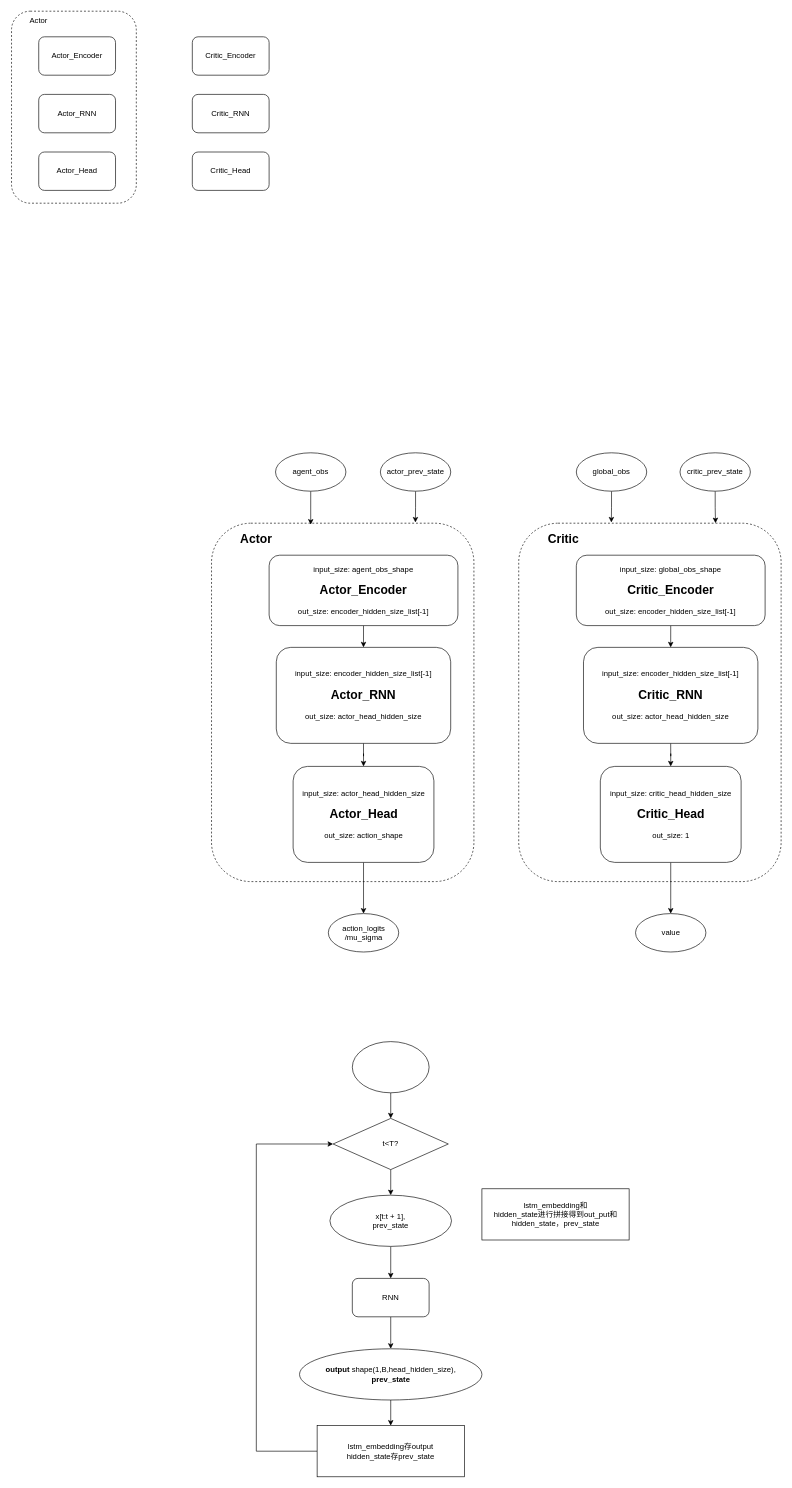
Above: HAPPO.drawio in nighood/Diagrams (draw.io), before the change. Source tidied: cells renumbered, new cells numbered last; positions are measured from the earlier drawing's top-left corner, leaving out a move shared by most shapes. Both pictures are drawn from the tidied source at 64%, with x=0, y=0 at pixel (12, 11).
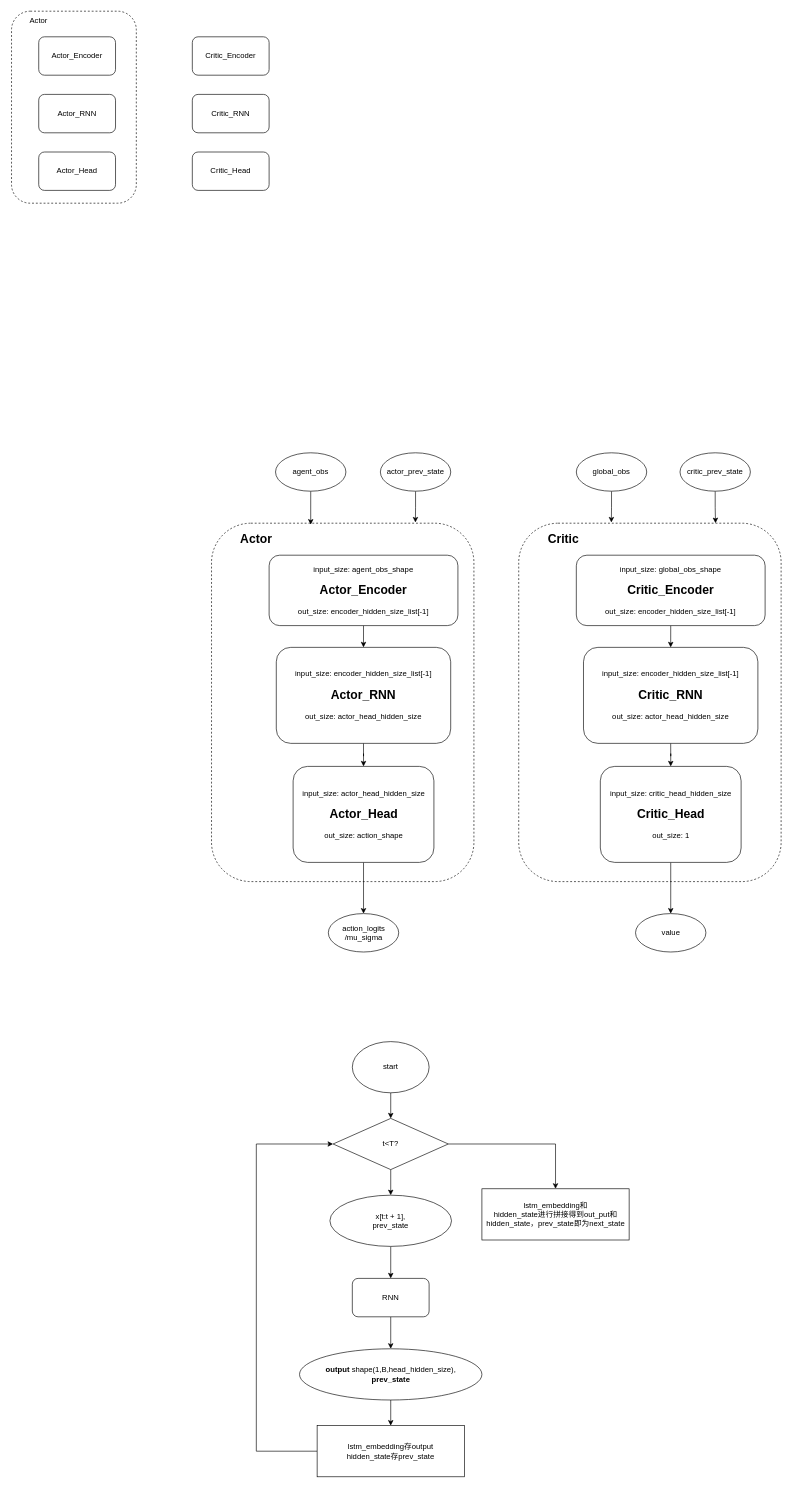
The same page after the edit.

The change refers to these unchanged cells:
```xml
<mxCell id="45" value="t&amp;lt;T?" style="rhombus;whiteSpace=wrap;html=1;" parent="1" vertex="1">
  <mxGeometry x="502" y="1730" width="180" height="80" as="geometry" />
</mxCell>
```

The edit, as a diff of the source:
```diff
@@
+    <mxCell id="49" style="edgeStyle=orthogonalEdgeStyle;rounded=0;jettySize=auto;html=1;exitX=1;exitY=0.5;exitDx=0;exitDy=0;" parent="1" edge="1" source="45" target="48">
+      <mxGeometry relative="1" as="geometry" />
+    </mxCell>
@@
-    <mxCell id="47" style="ellipse;whiteSpace=wrap;html=1;" parent="1" vertex="1">
+    <mxCell id="47" value="start" style="ellipse;whiteSpace=wrap;html=1;" parent="1" vertex="1">
       <mxGeometry x="532" y="1610" width="120" height="80" as="geometry" />
     </mxCell>
-    <mxCell id="48" value="lstm_embedding和&lt;br&gt;hidden_state进行拼接得到out_put和hidden_state，prev_state" style="rounded=0;whiteSpace=wrap;html=1;" parent="1" vertex="1">
+    <mxCell id="48" value="lstm_embedding和&lt;br&gt;hidden_state进行拼接得到out_put和hidden_state，prev_state即为next_state" style="rounded=0;whiteSpace=wrap;html=1;" parent="1" vertex="1">
       <mxGeometry x="734.5" y="1840" width="230" height="80" as="geometry" />
     </mxCell>
```
